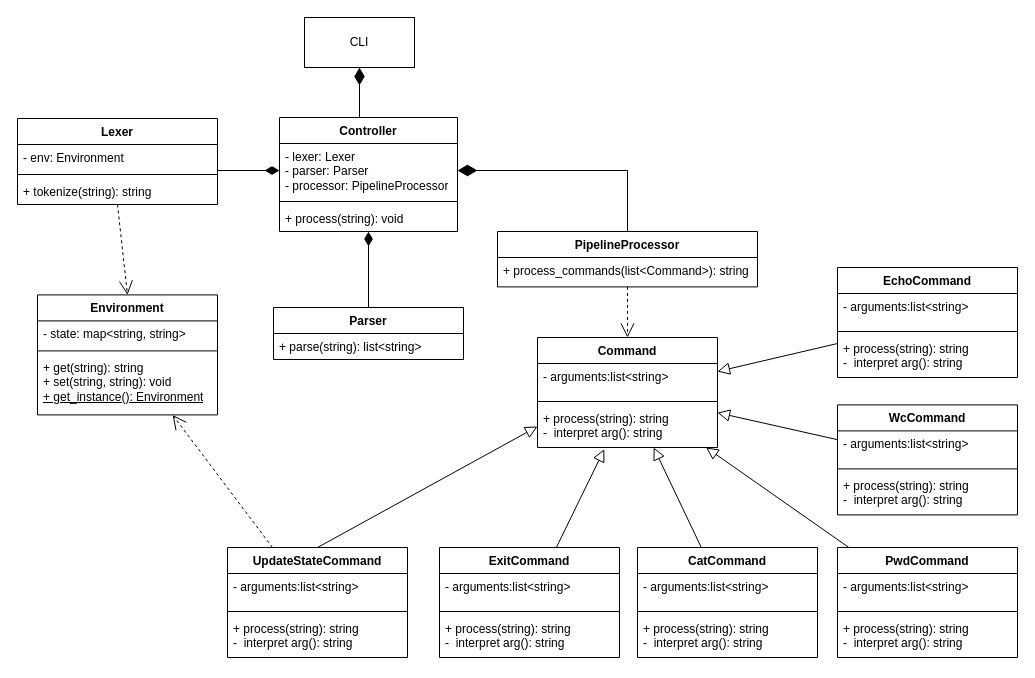
This is architecture.drawio from Eevangelion/ISArchitecture-Design, a draw.io file, before an edit. Source tidied: cells renumbered, new cells numbered last; positions are measured from the earlier drawing's top-left corner, leaving out a move shared by most shapes. Both pictures are drawn from the tidied source at 100%, with x=0, y=0 at pixel (17, 17).
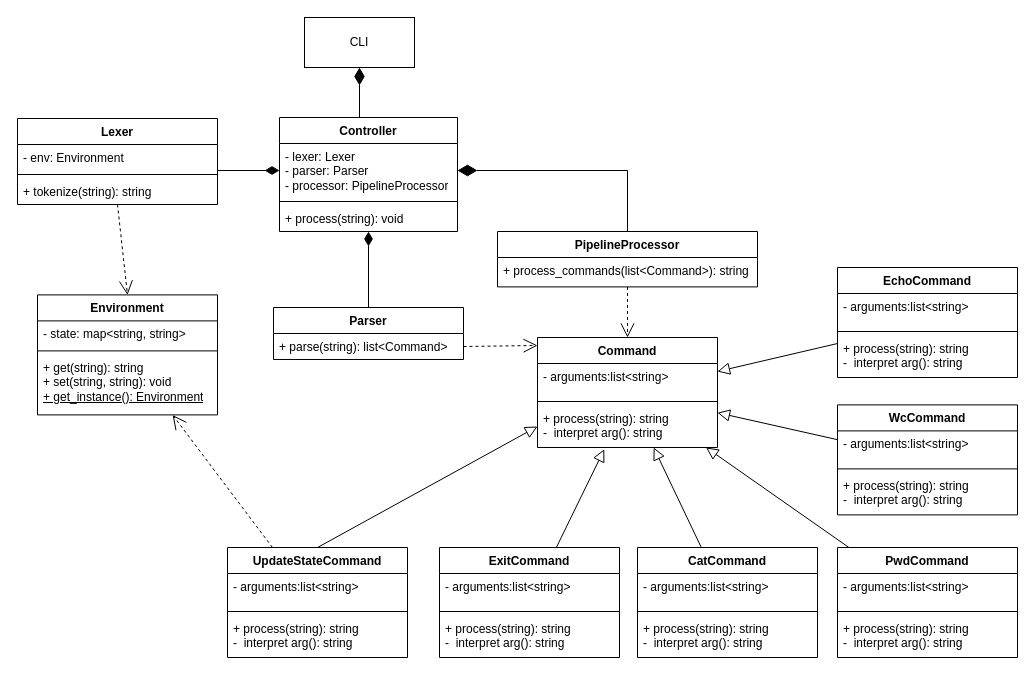
Above is the later version.

Commit message (it also covers changes not shown here):
architecture typo fix

The change refers to these unchanged cells:
```xml
<mxCell id="12" value="Parser" style="swimlane;fontStyle=1;align=center;verticalAlign=top;horizontal=1;startSize=26;whiteSpace=wrap;html=1;" parent="1" vertex="1">
  <mxGeometry x="256" y="290" width="190" height="52" as="geometry" />
</mxCell>
```

Diff of the diagram source:
```diff
@@
-    <mxCell id="13" value="+ parse(string): list&amp;lt;string&amp;gt;" style="text;strokeColor=none;fillColor=none;align=left;verticalAlign=top;spacingLeft=4;spacingRight=4;overflow=hidden;whiteSpace=wrap;html=1;" parent="12" vertex="1">
+    <mxCell id="13" value="+ parse(string): list&amp;lt;Command&amp;gt;" style="text;strokeColor=none;fillColor=none;align=left;verticalAlign=top;spacingLeft=4;spacingRight=4;overflow=hidden;whiteSpace=wrap;html=1;" parent="12" vertex="1">
       <mxGeometry y="26" width="190" height="26" as="geometry" />
     </mxCell>
@@
+    <mxCell id="60" style="endArrow=open;endFill=1;endSize=12;html=1;rounded=0;dashed=1;strokeColor=default;" parent="1" edge="1">
+      <mxGeometry relative="1" as="geometry">
+        <mxPoint x="446" y="329" as="sourcePoint" />
+        <mxPoint x="520" y="328" as="targetPoint" />
+      </mxGeometry>
+    </mxCell>
```
